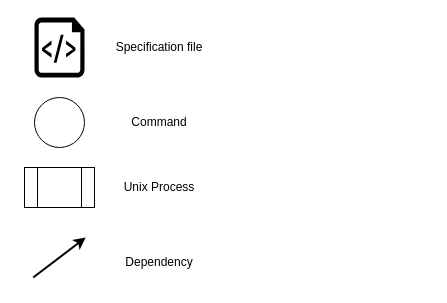
Before: page "legend 2" (6 of 6) of example/prod-cons/docs/pc.drawio in Ericsson/zoti, a draw.io diagram. Source tidied: cells renumbered, new cells numbered last; positions are measured from the earlier drawing's top-left corner, leaving out a move shared by most shapes. Both pictures are drawn from the tidied source at 100%, with x=0, y=0 at pixel (24, 17).
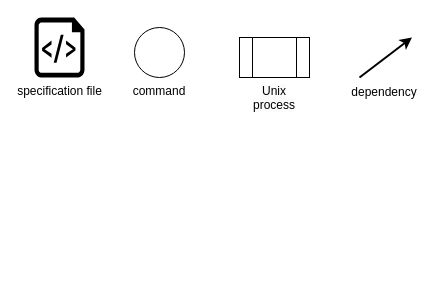
Above is the later version.

What changed in the source:
```diff
@@
 <mxGraphModel>
   <root>
     <mxCell id="0" />
     <mxCell id="1" parent="0" />
-    <mxCell id="2" style="verticalLabelPosition=bottom;html=1;verticalAlign=top;align=center;strokeColor=none;fillColor=#000000;shape=mxgraph.azure.script_file;" parent="1" vertex="1">
+    <mxCell id="2" value="specification file" style="verticalLabelPosition=bottom;html=1;verticalAlign=top;align=center;strokeColor=none;fillColor=#000000;shape=mxgraph.azure.script_file;" parent="1" vertex="1">
       <mxGeometry x="10" width="50" height="60" as="geometry" />
     </mxCell>
-    <mxCell id="3" style="ellipse;whiteSpace=wrap;html=1;" parent="1" vertex="1">
-      <mxGeometry x="10" y="80" width="50" height="50" as="geometry" />
+    <mxCell id="3" value="command" style="ellipse;whiteSpace=wrap;html=1;labelPosition=center;verticalLabelPosition=bottom;align=center;verticalAlign=top;" parent="1" vertex="1">
+      <mxGeometry x="110" y="10" width="50" height="50" as="geometry" />
     </mxCell>
-    <mxCell id="4" style="shape=process;whiteSpace=wrap;html=1;backgroundOutline=1;size=0.1875;" parent="1" vertex="1">
-      <mxGeometry y="150" width="70" height="40" as="geometry" />
+    <mxCell id="4" value="&lt;span style=&quot;color: rgb(0, 0, 0); font-family: Helvetica; font-size: 12px; font-style: normal; font-variant-ligatures: normal; font-variant-caps: normal; font-weight: 400; letter-spacing: normal; orphans: 2; text-align: center; text-indent: 0px; text-transform: none; widows: 2; word-spacing: 0px; -webkit-text-stroke-width: 0px; background-color: rgb(251, 251, 251); text-decoration-thickness: initial; text-decoration-style: initial; text-decoration-color: initial; float: none; display: inline !important;&quot;&gt;Unix process&lt;/span&gt;" style="shape=process;whiteSpace=wrap;html=1;backgroundOutline=1;size=0.1875;labelPosition=center;verticalLabelPosition=bottom;align=center;verticalAlign=top;" parent="1" vertex="1">
+      <mxGeometry x="215" y="20" width="70" height="40" as="geometry" />
     </mxCell>
     <mxCell id="5" style="rounded=0;orthogonalLoop=1;jettySize=auto;html=1;strokeWidth=2;" parent="1" edge="1">
       <mxGeometry relative="1" as="geometry">
-        <mxPoint x="8.7" y="260" as="sourcePoint" />
-        <mxPoint x="61.2" y="220" as="targetPoint" />
+        <mxPoint x="335" y="60" as="sourcePoint" />
+        <mxPoint x="387.5" y="20" as="targetPoint" />
       </mxGeometry>
     </mxCell>
-    <mxCell id="6" value="Specification file" style="text;html=1;strokeColor=none;fillColor=none;align=center;verticalAlign=middle;whiteSpace=wrap;rounded=0;" parent="1" vertex="1">
-      <mxGeometry x="90" y="15" width="90" height="30" as="geometry" />
-    </mxCell>
-    <mxCell id="7" value="Command" style="text;html=1;strokeColor=none;fillColor=none;align=center;verticalAlign=middle;whiteSpace=wrap;rounded=0;" parent="1" vertex="1">
-      <mxGeometry x="90" y="90" width="90" height="30" as="geometry" />
-    </mxCell>
-    <mxCell id="8" value="Unix Process" style="text;html=1;strokeColor=none;fillColor=none;align=center;verticalAlign=middle;whiteSpace=wrap;rounded=0;" parent="1" vertex="1">
-      <mxGeometry x="90" y="155" width="90" height="30" as="geometry" />
-    </mxCell>
-    <mxCell id="9" value="Dependency" style="text;html=1;strokeColor=none;fillColor=none;align=center;verticalAlign=middle;whiteSpace=wrap;rounded=0;" parent="1" vertex="1">
-      <mxGeometry x="90" y="230" width="90" height="30" as="geometry" />
+    <mxCell id="9" value="dependency" style="text;html=1;strokeColor=none;fillColor=none;align=center;verticalAlign=middle;whiteSpace=wrap;rounded=0;" parent="1" vertex="1">
+      <mxGeometry x="315" y="60" width="90" height="30" as="geometry" />
     </mxCell>
   </root>
 </mxGraphModel>
```
